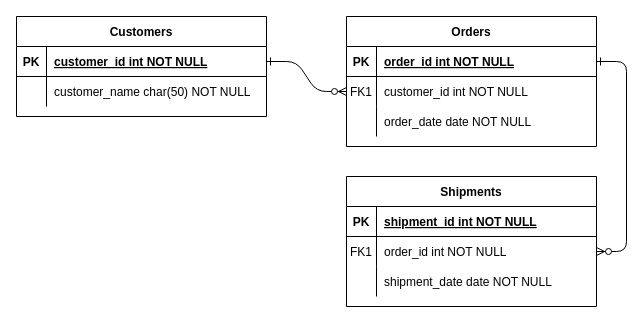
Above: CarrotMarket_ERD.drawio in jinnxyoung/UMC-4th-Server (draw.io), before the change. Source tidied: cells renumbered, new cells numbered last; positions are measured from the earlier drawing's top-left corner, leaving out a move shared by most shapes. Both pictures are drawn from the tidied source at 100%, with x=0, y=0 at pixel (16, 16).
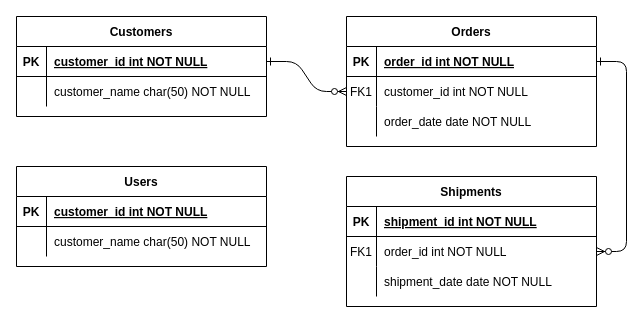
The same diagram, later.

Diff of the diagram source:
```diff
@@
+    <mxCell id="31" value="Users" style="shape=table;startSize=30;childLayout=tableLayout;rowLines=0;fontStyle=1;align=center;" parent="1" vertex="1">
+      <mxGeometry y="150" width="250" height="100" as="geometry" />
+    </mxCell>
+    <mxCell id="32" style="shape=partialRectangle;fillColor=none;top=0;left=0;right=0;bottom=1;" parent="31" vertex="1">
+      <mxGeometry y="30" width="250" height="30" as="geometry" />
+    </mxCell>
+    <mxCell id="33" value="PK" style="shape=partialRectangle;overflow=hidden;fillColor=none;top=0;left=0;bottom=0;right=0;fontStyle=1;" parent="32" vertex="1">
+      <mxGeometry width="30" height="30" as="geometry" />
+    </mxCell>
+    <mxCell id="34" value="customer_id int NOT NULL " style="shape=partialRectangle;overflow=hidden;fillColor=none;top=0;left=0;bottom=0;right=0;align=left;spacingLeft=6;fontStyle=5;" parent="32" vertex="1">
+      <mxGeometry x="30" width="220" height="30" as="geometry" />
+    </mxCell>
+    <mxCell id="35" style="shape=partialRectangle;fillColor=none;top=0;left=0;right=0;bottom=0;" parent="31" vertex="1">
+      <mxGeometry y="60" width="250" height="30" as="geometry" />
+    </mxCell>
+    <mxCell id="36" style="shape=partialRectangle;overflow=hidden;fillColor=none;top=0;left=0;bottom=0;right=0;" parent="35" vertex="1">
+      <mxGeometry width="30" height="30" as="geometry" />
+    </mxCell>
+    <mxCell id="37" value="customer_name char(50) NOT NULL" style="shape=partialRectangle;overflow=hidden;fillColor=none;top=0;left=0;bottom=0;right=0;align=left;spacingLeft=6;" parent="35" vertex="1">
+      <mxGeometry x="30" width="220" height="30" as="geometry" />
+    </mxCell>
```
